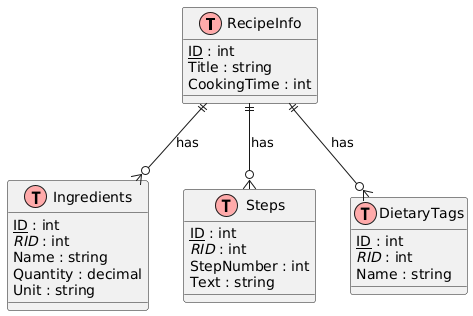
Above: documentation/database-er.png in nf-31/recipeshare (PlantUML), before the change. The source it was exported from:
```plantuml
@startuml
!define table(x) class x << (T,#FFAAAA) >>
!define primary_key(x) <u>x</u>
!define foreign_key(x) <i>x</i>

table(RecipeInfo) {
  primary_key(ID) : int
  Title : string
  CookingTime : int
}

table(Ingredients) {
  primary_key(ID) : int
  foreign_key(RID) : int
  Name : string
  Quantity : decimal
  Unit : string
}

table(Steps) {
  primary_key(ID) : int
  foreign_key(RID) : int
  StepNumber : int
  Text : string
}

table(DietaryTags) {
  primary_key(ID) : int
  foreign_key(RID) : int
  Name : string
}

RecipeInfo ||--o{ Ingredients : has
RecipeInfo ||--o{ Steps : has
RecipeInfo ||--o{ DietaryTags : has
@enduml
```
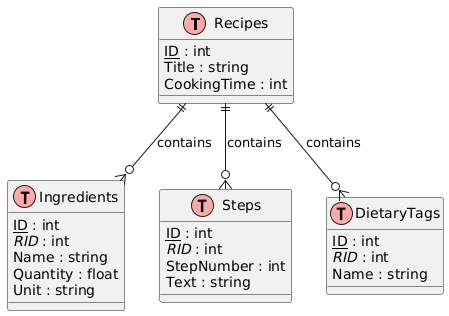
Later version of the same file.

The edit, as a diff of the source:
```diff
@@ -3,7 +3,9 @@
 !define primary_key(x) <u>x</u>
 !define foreign_key(x) <i>x</i>
 
-table(RecipeInfo) {
+skinparam classAttributeIconSize 0
+
+table(Recipes) {
   primary_key(ID) : int
   Title : string
   CookingTime : int
@@ -13,7 +15,7 @@
   primary_key(ID) : int
   foreign_key(RID) : int
   Name : string
-  Quantity : decimal
+  Quantity : float
   Unit : string
 }
 
@@ -30,7 +32,7 @@
   Name : string
 }
 
-RecipeInfo ||--o{ Ingredients : has
-RecipeInfo ||--o{ Steps : has
-RecipeInfo ||--o{ DietaryTags : has
+Recipes ||--o{ Ingredients : contains
+Recipes ||--o{ Steps : contains
+Recipes ||--o{ DietaryTags : contains
 @enduml
```
